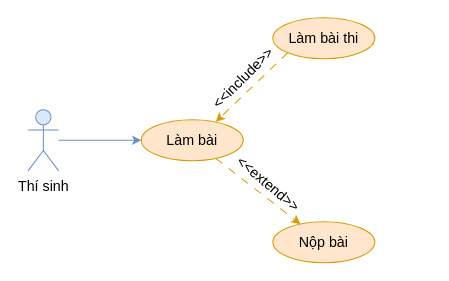
Before: document/temp/draw/usecase_phanra/usecase_lambai.drawio in copecute/Edudex-Quiz, a draw.io diagram. Source tidied: cells renumbered, new cells numbered last; positions are measured from the earlier drawing's top-left corner, leaving out a move shared by most shapes. Both pictures are drawn from the tidied source at 102%, with x=0, y=0 at pixel (28, 17).
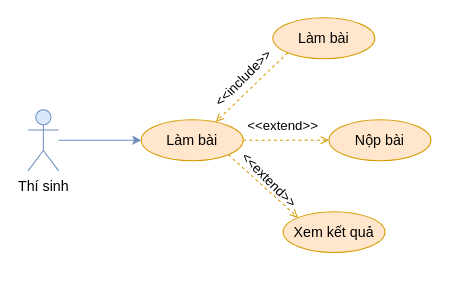
Above is the later version.

The edit, as a diff of the source:
```diff
@@
 <mxGraphModel>
   <root>
     <mxCell id="0" />
     <mxCell id="1" parent="0" />
-    <mxCell id="2" style="rounded=0;jettySize=auto;html=1;dashed=1;dashPattern=8 8;fillColor=#ffe6cc;strokeColor=#d79b00;fontSize=14;" parent="1" edge="1" source="3" target="6">
+    <mxCell id="2" style="rounded=0;jettySize=auto;html=1;dashed=1;fillColor=#ffe6cc;strokeColor=#d79b00;fontSize=14;endArrow=open;endFill=0;" parent="1" edge="1" source="3" target="6">
       <mxGeometry relative="1" as="geometry" />
     </mxCell>
+    <mxCell id="11" style="rounded=0;jettySize=auto;html=1;exitX=1;exitY=1;exitDx=0;exitDy=0;entryX=0;entryY=0;entryDx=0;entryDy=0;dashed=1;endArrow=open;endFill=0;fillColor=#ffe6cc;strokeColor=#d79b00;" parent="1" edge="1" source="3" target="12">
+      <mxGeometry relative="1" as="geometry" />
+    </mxCell>
     <mxCell id="3" value="Làm bài" style="ellipse;whiteSpace=wrap;html=1;fillColor=#ffe6cc;strokeColor=#d79b00;fontSize=14;" parent="1" vertex="1">
       <mxGeometry x="111" y="100" width="100" height="40" as="geometry" />
     </mxCell>
-    <mxCell id="4" style="rounded=0;jettySize=auto;html=1;exitX=0;exitY=1;exitDx=0;exitDy=0;entryX=0.731;entryY=0.047;entryDx=0;entryDy=0;fillColor=#ffe6cc;strokeColor=#d79b00;entryPerimeter=0;dashed=1;dashPattern=8 8;fontSize=14;" parent="1" edge="1" source="5" target="3">
+    <mxCell id="4" style="rounded=0;jettySize=auto;html=1;exitX=0;exitY=1;exitDx=0;exitDy=0;entryX=0.731;entryY=0.047;entryDx=0;entryDy=0;fillColor=#ffe6cc;strokeColor=#d79b00;entryPerimeter=0;dashed=1;fontSize=14;endArrow=open;endFill=0;" parent="1" edge="1" source="5" target="3">
       <mxGeometry relative="1" as="geometry" />
     </mxCell>
-    <mxCell id="5" value="Làm bài thi" style="ellipse;whiteSpace=wrap;html=1;fillColor=#ffe6cc;strokeColor=#d79b00;fontSize=14;" parent="1" vertex="1">
+    <mxCell id="5" value="Làm bài" style="ellipse;whiteSpace=wrap;html=1;fillColor=#ffe6cc;strokeColor=#d79b00;fontSize=14;" parent="1" vertex="1">
       <mxGeometry x="240" width="100" height="40" as="geometry" />
     </mxCell>
     <mxCell id="6" value="Nộp bài" style="ellipse;whiteSpace=wrap;html=1;fillColor=#ffe6cc;strokeColor=#d79b00;fontSize=14;" parent="1" vertex="1">
-      <mxGeometry x="240" y="200" width="100" height="40" as="geometry" />
+      <mxGeometry x="295" y="100" width="100" height="40" as="geometry" />
     </mxCell>
-    <mxCell id="7" value="&lt;font style=&quot;font-size: 14px;&quot;&gt;&amp;lt;&amp;lt;extend&amp;gt;&amp;gt;&lt;/font&gt;" style="text;html=1;strokeColor=none;fillColor=none;align=center;verticalAlign=middle;whiteSpace=wrap;rounded=0;rotation=40;fontSize=14;" parent="1" vertex="1">
-      <mxGeometry x="206" y="148" width="60" height="30" as="geometry" />
+    <mxCell id="7" value="&lt;font style=&quot;font-size: 13px;&quot;&gt;&amp;lt;&amp;lt;extend&amp;gt;&amp;gt;&lt;/font&gt;" style="text;html=1;strokeColor=none;fillColor=none;align=center;verticalAlign=middle;whiteSpace=wrap;rounded=0;rotation=0;fontSize=13;" parent="1" vertex="1">
+      <mxGeometry x="220" y="90" width="60" height="30" as="geometry" />
     </mxCell>
-    <mxCell id="8" value="&lt;font style=&quot;font-size: 14px;&quot;&gt;&amp;lt;&amp;lt;include&amp;gt;&amp;gt;&lt;/font&gt;" style="text;html=1;strokeColor=none;fillColor=none;align=center;verticalAlign=middle;whiteSpace=wrap;rounded=0;rotation=-45;fontSize=14;" parent="1" vertex="1">
+    <mxCell id="8" value="&lt;font style=&quot;font-size: 13px;&quot;&gt;&amp;lt;&amp;lt;include&amp;gt;&amp;gt;&lt;/font&gt;" style="text;html=1;strokeColor=none;fillColor=none;align=center;verticalAlign=middle;whiteSpace=wrap;rounded=0;rotation=-45;fontSize=13;" parent="1" vertex="1">
       <mxGeometry x="181" y="44" width="60" height="30" as="geometry" />
     </mxCell>
     <mxCell id="9" style="rounded=0;jettySize=auto;html=1;entryX=0;entryY=0.5;entryDx=0;entryDy=0;fillColor=#dae8fc;strokeColor=#6c8ebf;fontSize=14;" parent="1" edge="1" source="10" target="3">
       <mxGeometry relative="1" as="geometry" />
     </mxCell>
     <mxCell id="10" value="Thí sinh" style="shape=umlActor;verticalLabelPosition=bottom;verticalAlign=top;html=1;outlineConnect=0;fillColor=#dae8fc;strokeColor=#6c8ebf;fontSize=14;" parent="1" vertex="1">
       <mxGeometry y="90" width="30" height="60" as="geometry" />
     </mxCell>
+    <mxCell id="12" value="Xem kết quả" style="ellipse;whiteSpace=wrap;html=1;fillColor=#ffe6cc;strokeColor=#d79b00;fontSize=14;" parent="1" vertex="1">
+      <mxGeometry x="250" y="190" width="100" height="40" as="geometry" />
+    </mxCell>
+    <mxCell id="13" value="&lt;font style=&quot;font-size: 13px;&quot;&gt;&amp;lt;&amp;lt;extend&amp;gt;&amp;gt;&lt;/font&gt;" style="text;html=1;strokeColor=none;fillColor=none;align=center;verticalAlign=middle;whiteSpace=wrap;rounded=0;rotation=45;fontSize=13;" parent="1" vertex="1">
+      <mxGeometry x="207" y="144" width="60" height="30" as="geometry" />
+    </mxCell>
   </root>
 </mxGraphModel>
```
